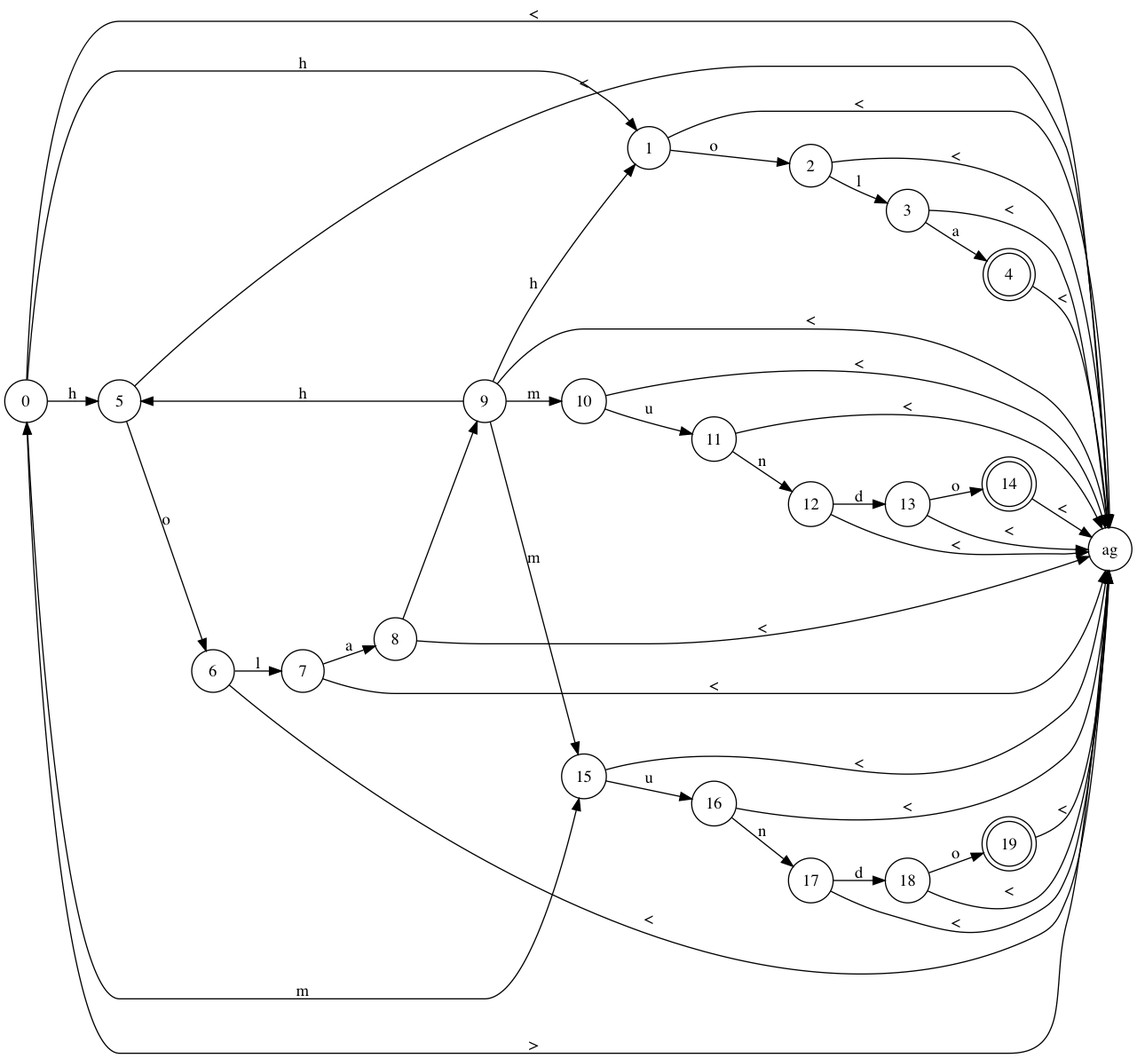
The Graphviz diagram noDeterminante.png in GdeAchaval/automaton, before a commit. Its source is kept beside it as noDeterminante.dot.
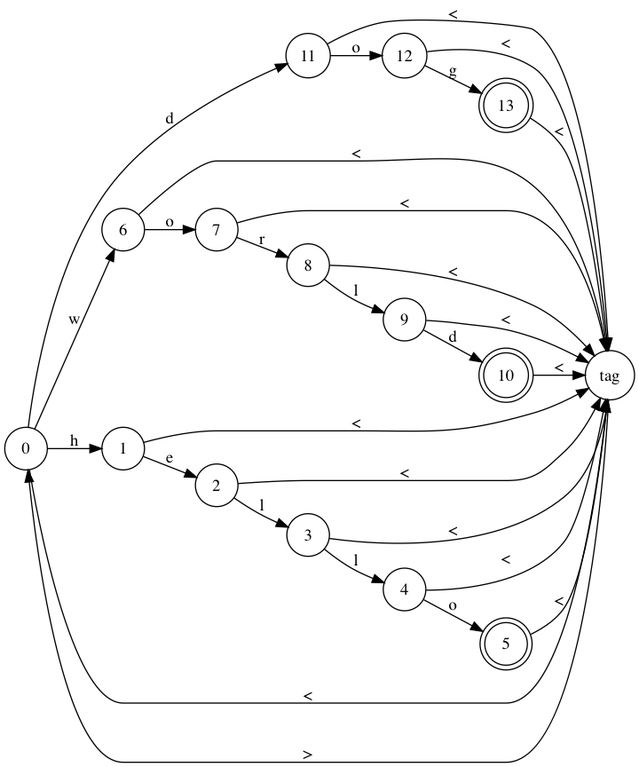
After the change.

The edit, as a diff of the source:
```diff
@@ -1,68 +1,47 @@
 digraph {
 rankdir = "LR";
 node [shape=circle] Node_0[label="0"];
+node [shape=circle] Node_11[label="11"];
+node [shape=circle] Node_6[label="6"];
 node [shape=circle] Node_1[label="1"];
-node [shape=circle] Node_5[label="5"];
-node [shape=circle] Nodetag[label="ag"];
-node [shape=circle] Node_15[label="15"];
+node [shape=circle] Node_tag[label="tag"];
+node [shape=circle] Node_12[label="12"];
+node [shape=circle] Node_7[label="7"];
 node [shape=circle] Node_2[label="2"];
-node [shape=circle] Node_6[label="6"];
-node [shape=circle] Node_16[label="16"];
+node [shape=doublecircle] Node_13[label="13"];
+node [shape=circle] Node_8[label="8"];
 node [shape=circle] Node_3[label="3"];
-node [shape=circle] Node_7[label="7"];
-node [shape=circle] Node_17[label="17"];
-node [shape=doublecircle] Node_4[label="4"];
-node [shape=circle] Node_8[label="8"];
-node [shape=circle] Node_18[label="18"];
 node [shape=circle] Node_9[label="9"];
-node [shape=doublecircle] Node_19[label="19"];
-node [shape=circle] Node_10[label="10"];
-node [shape=circle] Node_11[label="11"];
-node [shape=circle] Node_12[label="12"];
-node [shape=circle] Node_13[label="13"];
-node [shape=doublecircle] Node_14[label="14"];
+node [shape=circle] Node_4[label="4"];
+node [shape=doublecircle] Node_10[label="10"];
+node [shape=doublecircle] Node_5[label="5"];
 
+Node_0 -> Node_11 [label="d"];
+Node_0 -> Node_6 [label="w"];
 Node_0 -> Node_1 [label="h"];
-Node_0 -> Node_5 [label="h"];
-Node_0 -> Nodetag [label="<"];
-Node_0 -> Node_15 [label="m"];
-Node_1 -> Nodetag [label="<"];
-Node_1 -> Node_2 [label="o"];
-Node_5 -> Nodetag [label="<"];
-Node_5 -> Node_6 [label="o"];
-Nodetag -> Node_0 [label=">"];
-Node_15 -> Node_16 [label="u"];
-Node_15 -> Nodetag [label="<"];
-Node_2 -> Nodetag [label="<"];
+Node_0 -> Node_tag [label="<"];
+Node_11 -> Node_tag [label="<"];
+Node_11 -> Node_12 [label="o"];
+Node_6 -> Node_tag [label="<"];
+Node_6 -> Node_7 [label="o"];
+Node_1 -> Node_2 [label="e"];
+Node_1 -> Node_tag [label="<"];
+Node_tag -> Node_0 [label=">"];
+Node_12 -> Node_13 [label="g"];
+Node_12 -> Node_tag [label="<"];
+Node_7 -> Node_8 [label="r"];
+Node_7 -> Node_tag [label="<"];
+Node_2 -> Node_tag [label="<"];
 Node_2 -> Node_3 [label="l"];
-Node_6 -> Nodetag [label="<"];
-Node_6 -> Node_7 [label="l"];
-Node_16 -> Nodetag [label="<"];
-Node_16 -> Node_17 [label="n"];
-Node_3 -> Node_4 [label="a"];
-Node_3 -> Nodetag [label="<"];
-Node_7 -> Node_8 [label="a"];
-Node_7 -> Nodetag [label="<"];
-Node_17 -> Node_18 [label="d"];
-Node_17 -> Nodetag [label="<"];
-Node_4 -> Nodetag [label="<"];
-Node_8 -> Node_9 [label=" "];
-Node_8 -> Nodetag [label="<"];
-Node_18 -> Nodetag [label="<"];
-Node_18 -> Node_19 [label="o"];
-Node_9 -> Node_1 [label="h"];
-Node_9 -> Node_5 [label="h"];
-Node_9 -> Nodetag [label="<"];
-Node_9 -> Node_10 [label="m"];
-Node_9 -> Node_15 [label="m"];
-Node_19 -> Nodetag [label="<"];
-Node_10 -> Node_11 [label="u"];
-Node_10 -> Nodetag [label="<"];
-Node_11 -> Nodetag [label="<"];
-Node_11 -> Node_12 [label="n"];
-Node_12 -> Node_13 [label="d"];
-Node_12 -> Nodetag [label="<"];
-Node_13 -> Nodetag [label="<"];
-Node_13 -> Node_14 [label="o"];
-Node_14 -> Nodetag [label="<"];
+Node_13 -> Node_tag [label="<"];
+Node_8 -> Node_tag [label="<"];
+Node_8 -> Node_9 [label="l"];
+Node_3 -> Node_tag [label="<"];
+Node_3 -> Node_4 [label="l"];
+Node_9 -> Node_10 [label="d"];
+Node_9 -> Node_tag [label="<"];
+Node_4 -> Node_tag [label="<"];
+Node_4 -> Node_5 [label="o"];
+Node_10 -> Node_tag [label="<"];
+Node_5 -> Node_tag [label="<"];
 }
```
